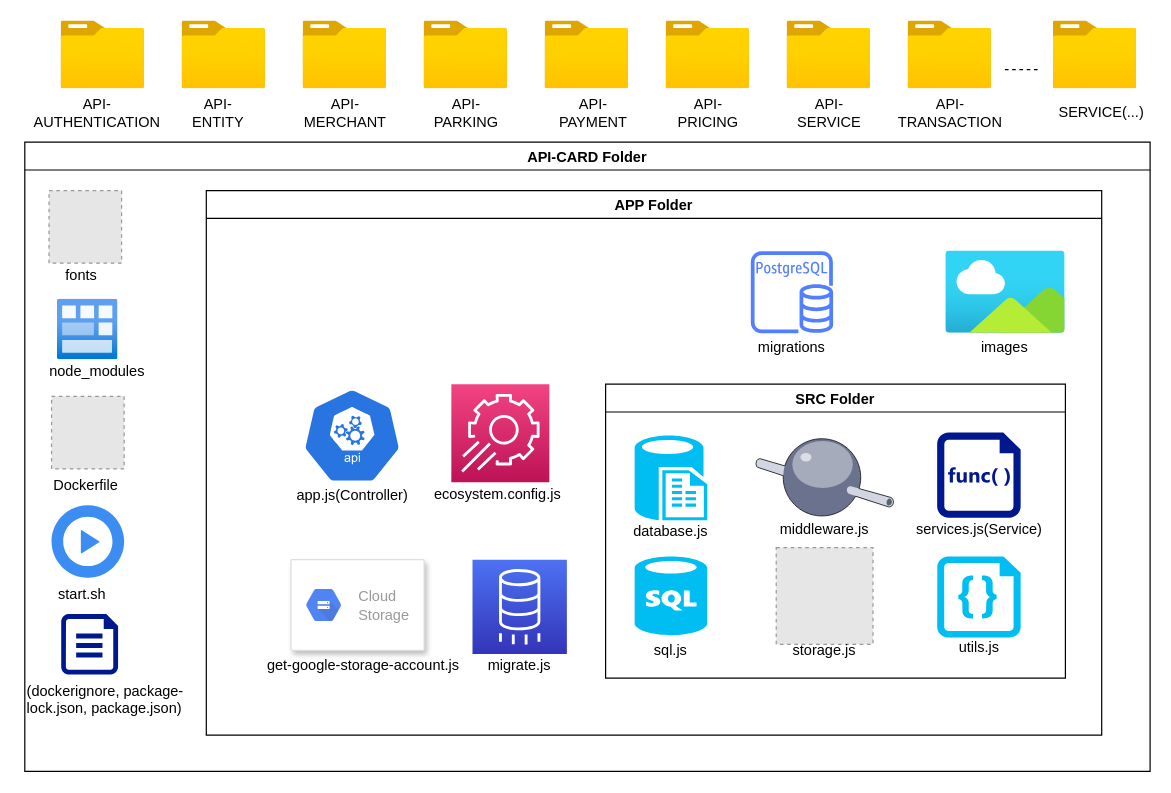
The draw.io diagram image/node-structuration.drawio in vetsonombana/diagram, before the edit. Source tidied: cells renumbered, new cells numbered last; positions are measured from the earlier drawing's top-left corner, leaving out a move shared by most shapes. Both pictures are drawn from the tidied source at 121%, with x=0, y=0 at pixel (24, 21). Pictures stored in the file or linked from it are replaced by grey dashed boxes.
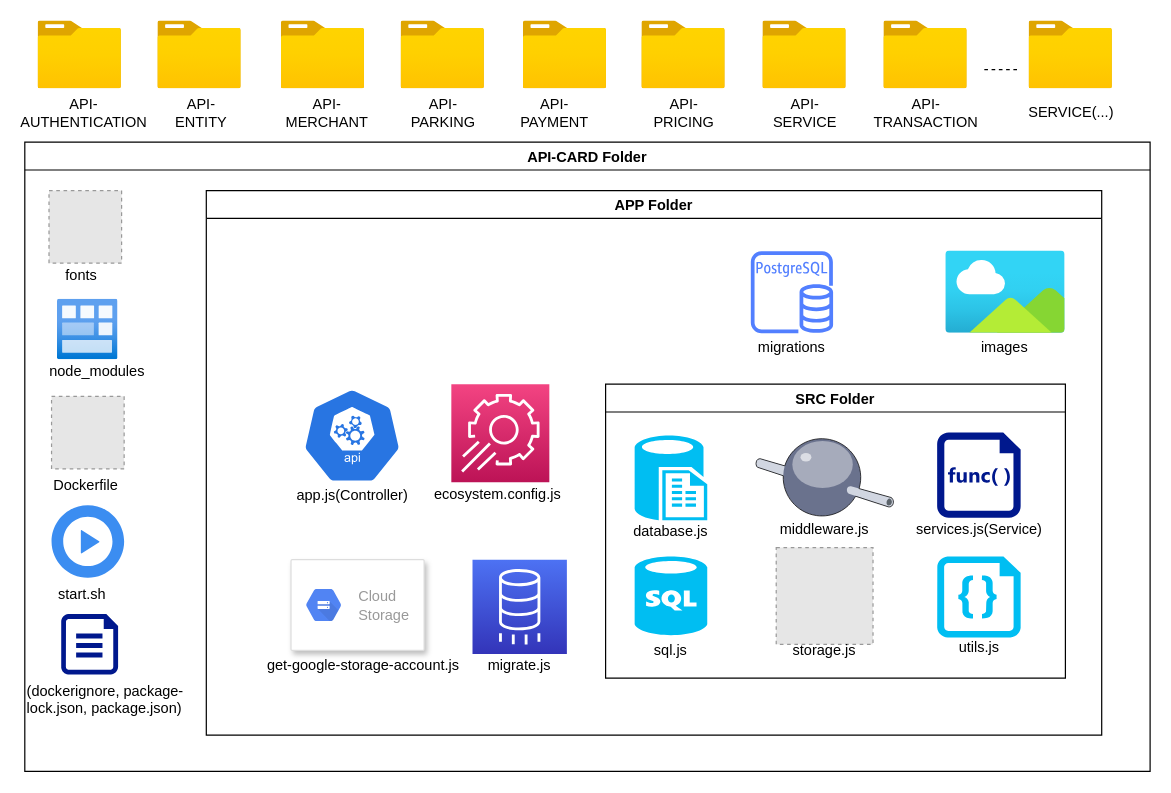
The same diagram, later.

What changed in the source:
```diff
@@
     <mxCell id="40" style="html=1;align=center;image;fontSize=12;image=img/lib/azure2/general/Folder_Blank.svg;" parent="1" vertex="1">
-      <mxGeometry x="30" width="69" height="56" as="geometry" />
+      <mxGeometry x="11" width="69" height="56" as="geometry" />
     </mxCell>
     <mxCell id="41" style="html=1;align=center;image;fontSize=12;image=img/lib/azure2/general/Folder_Blank.svg;" parent="1" vertex="1">
-      <mxGeometry x="130" width="69" height="56" as="geometry" />
+      <mxGeometry x="110" width="69" height="56" as="geometry" />
     </mxCell>
     <mxCell id="42" style="html=1;align=center;image;fontSize=12;image=img/lib/azure2/general/Folder_Blank.svg;" parent="1" vertex="1">
-      <mxGeometry x="230" width="69" height="56" as="geometry" />
+      <mxGeometry x="212" width="69" height="56" as="geometry" />
     </mxCell>
     <mxCell id="43" style="html=1;align=center;image;fontSize=12;image=img/lib/azure2/general/Folder_Blank.svg;" parent="1" vertex="1">
-      <mxGeometry x="330" width="69" height="56" as="geometry" />
+      <mxGeometry x="311" width="69" height="56" as="geometry" />
     </mxCell>
     <mxCell id="44" style="html=1;align=center;image;fontSize=12;image=img/lib/azure2/general/Folder_Blank.svg;" parent="1" vertex="1">
-      <mxGeometry x="430" width="69" height="56" as="geometry" />
+      <mxGeometry x="412" width="69" height="56" as="geometry" />
     </mxCell>
     <mxCell id="45" style="html=1;align=center;image;fontSize=12;image=img/lib/azure2/general/Folder_Blank.svg;" parent="1" vertex="1">
-      <mxGeometry x="530" width="69" height="56" as="geometry" />
+      <mxGeometry x="510" width="69" height="56" as="geometry" />
     </mxCell>
     <mxCell id="46" style="html=1;align=center;image;fontSize=12;image=img/lib/azure2/general/Folder_Blank.svg;" parent="1" vertex="1">
-      <mxGeometry x="630" width="69" height="56" as="geometry" />
+      <mxGeometry x="610" width="69" height="56" as="geometry" />
     </mxCell>
     <mxCell id="47" style="html=1;align=center;image;fontSize=12;image=img/lib/azure2/general/Folder_Blank.svg;" parent="1" vertex="1">
-      <mxGeometry x="730" width="69" height="56" as="geometry" />
+      <mxGeometry x="710" width="69" height="56" as="geometry" />
     </mxCell>
     <mxCell id="48" value="API-AUTHENTICATION" style="text;html=1;strokeColor=none;fillColor=none;align=center;verticalAlign=middle;whiteSpace=wrap;rounded=0;" parent="1" vertex="1">
-      <mxGeometry x="40" y="65.5" width="40" height="20" as="geometry" />
+      <mxGeometry x="29" y="66" width="40" height="20" as="geometry" />
     </mxCell>
     <mxCell id="49" value="API-ENTITY" style="text;html=1;strokeColor=none;fillColor=none;align=center;verticalAlign=middle;whiteSpace=wrap;rounded=0;" parent="1" vertex="1">
-      <mxGeometry x="140" y="66" width="40" height="20" as="geometry" />
+      <mxGeometry x="125.5" y="66" width="40" height="20" as="geometry" />
     </mxCell>
     <mxCell id="50" value="API-MERCHANT" style="text;html=1;strokeColor=none;fillColor=none;align=center;verticalAlign=middle;whiteSpace=wrap;rounded=0;" parent="1" vertex="1">
-      <mxGeometry x="244.5" y="66" width="40" height="20" as="geometry" />
+      <mxGeometry x="230" y="66" width="40" height="20" as="geometry" />
     </mxCell>
     <mxCell id="51" value="API-PARKING" style="text;html=1;strokeColor=none;fillColor=none;align=center;verticalAlign=middle;whiteSpace=wrap;rounded=0;" parent="1" vertex="1">
-      <mxGeometry x="344.5" y="66" width="40" height="20" as="geometry" />
+      <mxGeometry x="325.5" y="66" width="40" height="20" as="geometry" />
     </mxCell>
     <mxCell id="52" value="API-PAYMENT" style="text;html=1;strokeColor=none;fillColor=none;align=center;verticalAlign=middle;whiteSpace=wrap;rounded=0;" parent="1" vertex="1">
-      <mxGeometry x="450" y="66" width="40" height="20" as="geometry" />
+      <mxGeometry x="418" y="66" width="40" height="20" as="geometry" />
     </mxCell>
     <mxCell id="53" value="API-PRICING" style="text;html=1;strokeColor=none;fillColor=none;align=center;verticalAlign=middle;whiteSpace=wrap;rounded=0;" parent="1" vertex="1">
-      <mxGeometry x="544.5" y="66" width="40" height="20" as="geometry" />
+      <mxGeometry x="524.5" y="66" width="40" height="20" as="geometry" />
     </mxCell>
     <mxCell id="54" value="API-SERVICE" style="text;html=1;strokeColor=none;fillColor=none;align=center;verticalAlign=middle;whiteSpace=wrap;rounded=0;" parent="1" vertex="1">
-      <mxGeometry x="644.5" y="66" width="40" height="20" as="geometry" />
+      <mxGeometry x="624.5" y="66" width="40" height="20" as="geometry" />
     </mxCell>
     <mxCell id="55" value="API-TRANSACTION" style="text;html=1;strokeColor=none;fillColor=none;align=center;verticalAlign=middle;whiteSpace=wrap;rounded=0;" parent="1" vertex="1">
-      <mxGeometry x="744.5" y="66" width="40" height="20" as="geometry" />
+      <mxGeometry x="724.5" y="66" width="40" height="20" as="geometry" />
     </mxCell>
-    <mxCell id="56" style="endArrow=none;dashed=1;html=1;" parent="1" edge="1">
-      <mxGeometry relative="1" as="geometry">
-        <mxPoint x="810" y="40" as="sourcePoint" />
-        <mxPoint x="840" y="40" as="targetPoint" />
-      </mxGeometry>
-    </mxCell>
     <mxCell id="57" style="html=1;align=center;image;fontSize=12;image=img/lib/azure2/general/Folder_Blank.svg;" parent="1" vertex="1">
-      <mxGeometry x="850" width="69" height="56" as="geometry" />
+      <mxGeometry x="830" width="69" height="56" as="geometry" />
     </mxCell>
     <mxCell id="58" value="SERVICE(...)" style="text;html=1;strokeColor=none;fillColor=none;align=center;verticalAlign=middle;whiteSpace=wrap;rounded=0;" parent="1" vertex="1">
-      <mxGeometry x="870" y="66" width="40" height="20" as="geometry" />
+      <mxGeometry x="844.5" y="66" width="40" height="20" as="geometry" />
     </mxCell>
+    <mxCell id="59" style="endArrow=none;dashed=1;html=1;" parent="1" edge="1">
+      <mxGeometry relative="1" as="geometry">
+        <mxPoint x="820" y="40" as="sourcePoint" />
+        <mxPoint x="790" y="40" as="targetPoint" />
+      </mxGeometry>
+    </mxCell>
```
